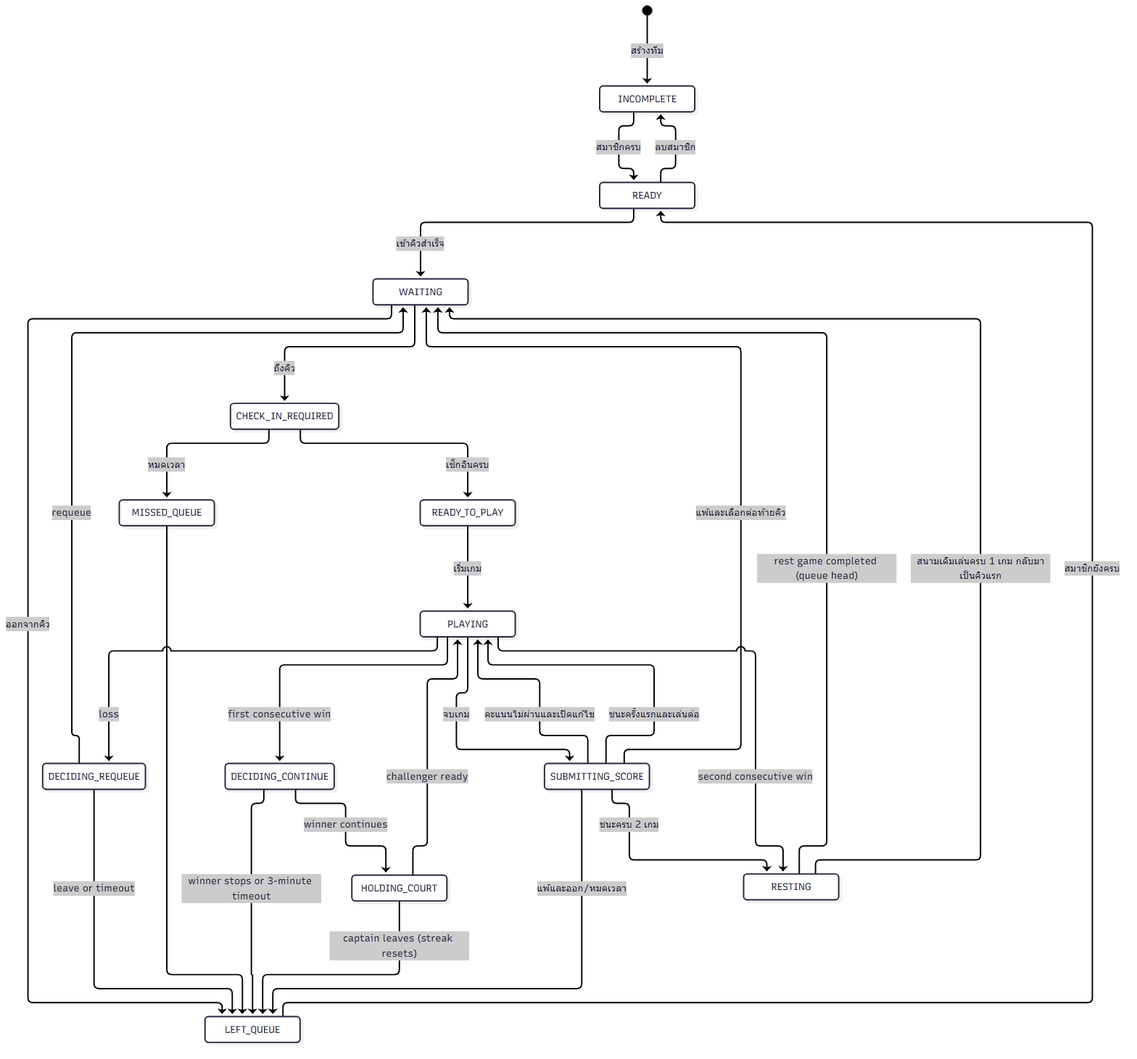
The Mermaid diagram docs/diagrams/rendered/team-state.png in Nokpednam/MeQ-web-app, before a commit. Its source is kept beside it as docs/diagrams/team-state.mmd.
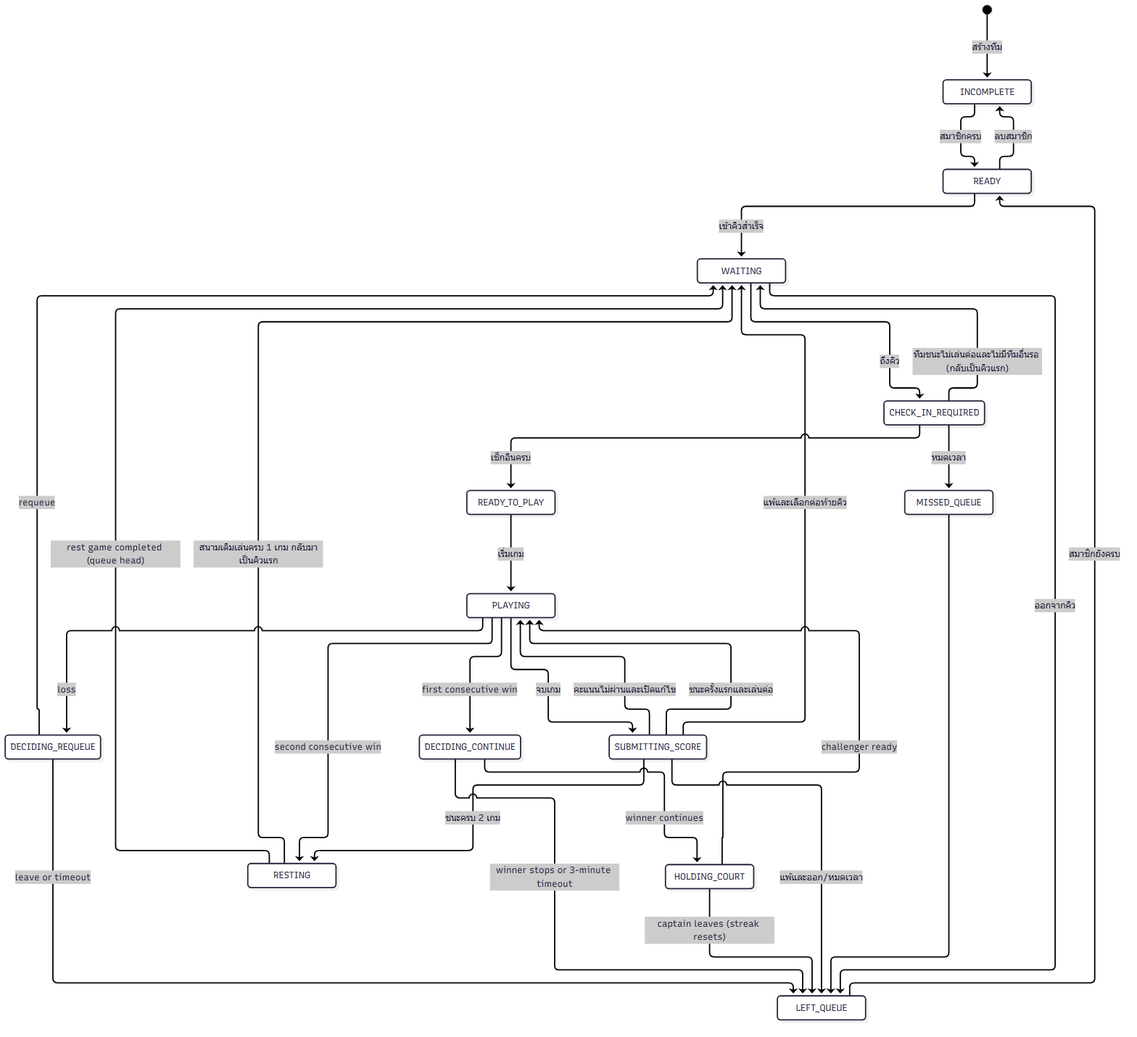
After the commit.

Change to the diagram source:
```diff
@@ -16,6 +16,7 @@
   WAITING --> CHECK_IN_REQUIRED: ถึงคิว
   CHECK_IN_REQUIRED --> READY_TO_PLAY: เช็กอินครบ
   CHECK_IN_REQUIRED --> MISSED_QUEUE: หมดเวลา
+  CHECK_IN_REQUIRED --> WAITING: ทีมชนะไม่เล่นต่อและไม่มีทีมอื่นรอ (กลับเป็นคิวแรก)
   READY_TO_PLAY --> PLAYING: เริ่มเกม
   PLAYING --> SUBMITTING_SCORE: จบเกม
   SUBMITTING_SCORE --> PLAYING: คะแนนไม่ผ่านและเปิดแก้ไข
```
